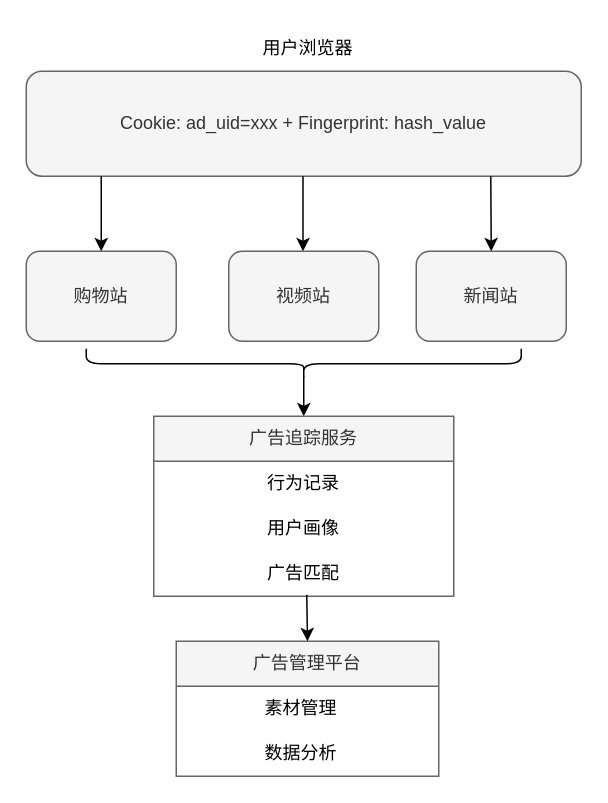
Above: 广告投放.drawio in dcxz187/dcxz (draw.io), before the change. Source tidied: cells renumbered, new cells numbered last; positions are measured from the earlier drawing's top-left corner, leaving out a move shared by most shapes. Both pictures are drawn from the tidied source at 150%, with x=0, y=0 at pixel (26, 26).
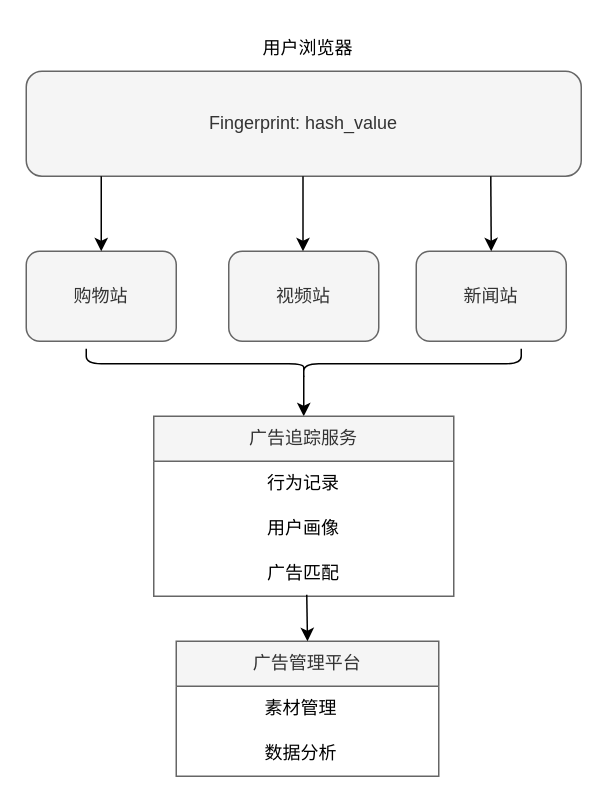
Above is the later version.

Commit message:
更新广告投放.drawio

The edit, as a diff of the source:
```diff
@@
-    <mxCell id="2" value="Cookie: ad_uid=xxx + Fingerprint: hash_value" style="rounded=1;whiteSpace=wrap;html=1;fillColor=#f5f5f5;strokeColor=#666666;fontColor=#333333;" parent="1" vertex="1">
+    <mxCell id="2" value="Fingerprint: hash_value" style="rounded=1;whiteSpace=wrap;html=1;fillColor=#f5f5f5;strokeColor=#666666;fontColor=#333333;" parent="1" vertex="1">
       <mxGeometry y="30" width="370" height="70" as="geometry" />
     </mxCell>
```
